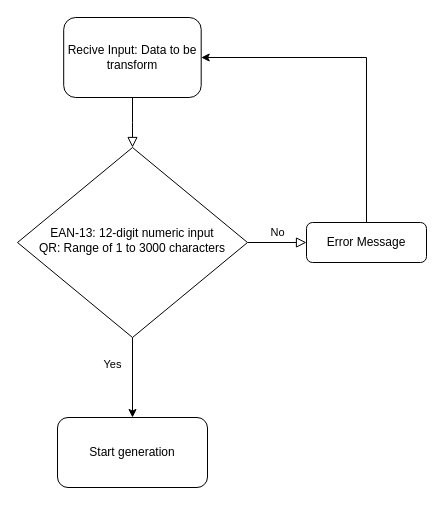
This is backend/Data Input Field.drawio from JeffLiHK/online_barcode_generator_design, a draw.io file, before an edit. Source tidied: cells renumbered, new cells numbered last; positions are measured from the earlier drawing's top-left corner, leaving out a move shared by most shapes. Both pictures are drawn from the tidied source at 100%, with x=0, y=0 at pixel (17, 17).
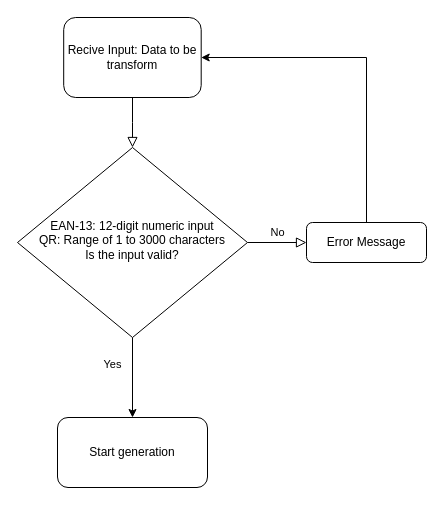
The same diagram, later.

What changed in the source:
```diff
@@
 <mxGraphModel>
   <root>
     <mxCell id="0" />
     <mxCell id="1" parent="0" />
     <mxCell id="2" style="rounded=0;html=1;jettySize=auto;fontSize=11;endArrow=block;endFill=0;endSize=8;strokeWidth=1;shadow=0;labelBackgroundColor=none;edgeStyle=orthogonalEdgeStyle;" parent="1" edge="1" source="3" target="6">
       <mxGeometry relative="1" as="geometry" />
     </mxCell>
     <mxCell id="3" value="Recive Input: Data to be transform" style="rounded=1;whiteSpace=wrap;html=1;fontSize=12;glass=0;strokeWidth=1;shadow=0;" parent="1" vertex="1">
       <mxGeometry x="46.2" width="137.5" height="80" as="geometry" />
     </mxCell>
     <mxCell id="4" value="No" style="edgeStyle=orthogonalEdgeStyle;rounded=0;html=1;jettySize=auto;fontSize=11;endArrow=block;endFill=0;endSize=8;strokeWidth=1;shadow=0;labelBackgroundColor=none;" parent="1" edge="1" source="6" target="8">
       <mxGeometry y="10" relative="1" as="geometry" />
     </mxCell>
     <mxCell id="5" value="Yes" style="edgeStyle=orthogonalEdgeStyle;rounded=0;jettySize=auto;html=1;exitX=0.5;exitY=1;exitDx=0;exitDy=0;entryX=0.5;entryY=0;entryDx=0;entryDy=0;" parent="1" edge="1" source="6" target="9">
       <mxGeometry x="-0.33" y="-20" relative="1" as="geometry" />
     </mxCell>
-    <mxCell id="6" value="EAN-13: 12-digit numeric input&lt;div&gt;QR: Range of 1 to 3000 characters&lt;/div&gt;" style="rhombus;whiteSpace=wrap;html=1;shadow=0;fontFamily=Helvetica;fontSize=12;align=center;strokeWidth=1;spacing=6;spacingTop=-4;" parent="1" vertex="1">
+    <mxCell id="6" value="EAN-13: 12-digit numeric input&lt;div&gt;QR: Range of 1 to 3000 characters&lt;/div&gt;&lt;div&gt;Is the input&amp;nbsp;valid?&lt;/div&gt;" style="rhombus;whiteSpace=wrap;html=1;shadow=0;fontFamily=Helvetica;fontSize=12;align=center;strokeWidth=1;spacing=6;spacingTop=-4;" parent="1" vertex="1">
       <mxGeometry y="130" width="230" height="190" as="geometry" />
     </mxCell>
     <mxCell id="7" style="edgeStyle=orthogonalEdgeStyle;rounded=0;jettySize=auto;html=1;exitX=0.5;exitY=0;exitDx=0;exitDy=0;entryX=1;entryY=0.5;entryDx=0;entryDy=0;" parent="1" edge="1" source="8" target="3">
       <mxGeometry relative="1" as="geometry" />
     </mxCell>
     <mxCell id="8" value="Error Message" style="rounded=1;whiteSpace=wrap;html=1;fontSize=12;glass=0;strokeWidth=1;shadow=0;" parent="1" vertex="1">
       <mxGeometry x="289" y="205" width="120" height="40" as="geometry" />
     </mxCell>
     <mxCell id="9" value="Start generation" style="rounded=1;whiteSpace=wrap;html=1;fontSize=12;glass=0;strokeWidth=1;shadow=0;" parent="1" vertex="1">
       <mxGeometry x="40" y="400" width="150" height="70" as="geometry" />
     </mxCell>
   </root>
 </mxGraphModel>
```
